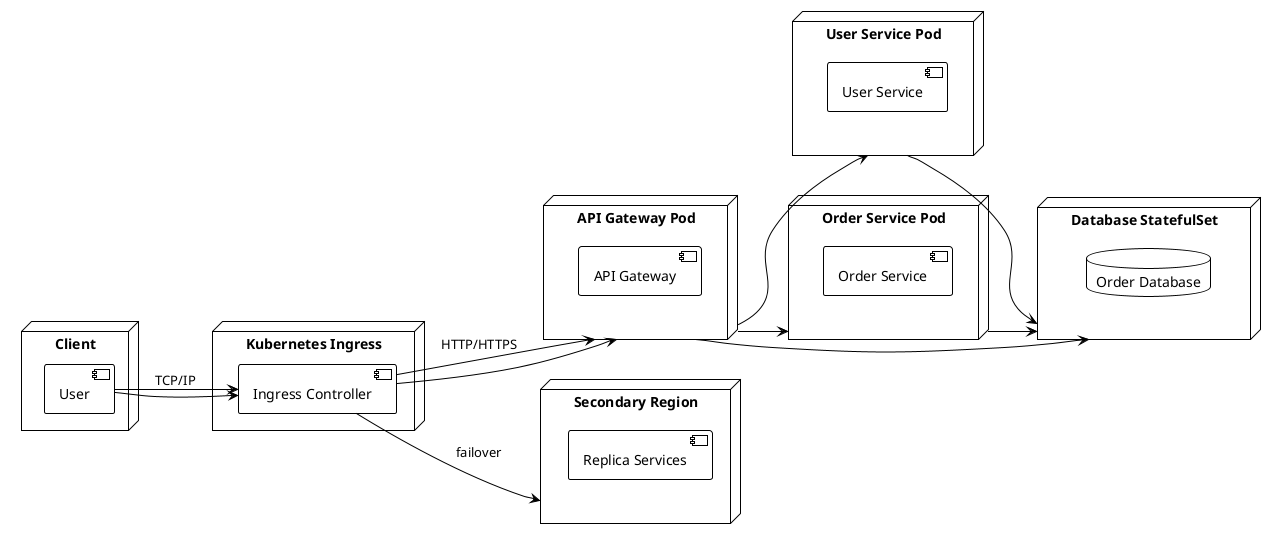
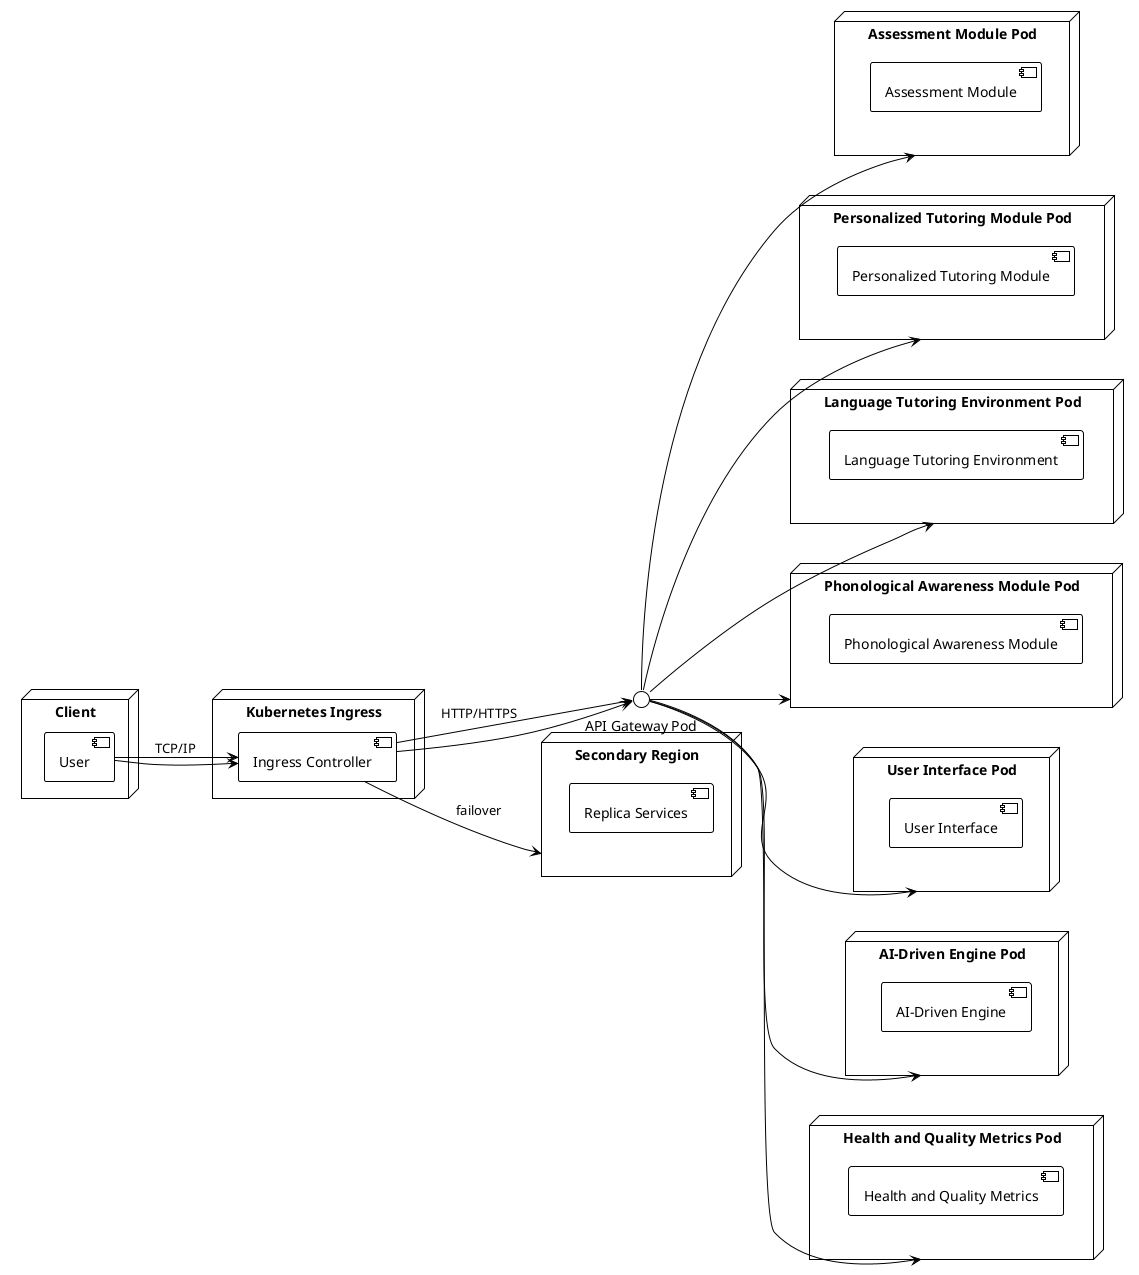
@startuml
!theme plain
left to right direction
node "Client" {
  component "User"
}
node "Kubernetes Ingress" {
  component "Ingress Controller"
}
- node "API Gateway Pod" {
-   component "API Gateway"
+ node "Assessment Module Pod" {
+   component "Assessment Module"
}
- node "User Service Pod" {
-   component "User Service"
+ node "Personalized Tutoring Module Pod" {
+   component "Personalized Tutoring Module"
}
- node "Order Service Pod" {
-   component "Order Service"
+ node "Language Tutoring Environment Pod" {
+   component "Language Tutoring Environment"
}
- node "Database StatefulSet" {
-   database "Order Database"
+ node "Phonological Awareness Module Pod" {
+   component "Phonological Awareness Module"
+ }
+ node "User Interface Pod" {
+   component "User Interface"
+ }
+ node "AI-Driven Engine Pod" {
+   component "AI-Driven Engine"
+ }
+ node "Health and Quality Metrics Pod" {
+   component "Health and Quality Metrics"
}
"User" --> "Ingress Controller" : TCP/IP
"Ingress Controller" --> "API Gateway Pod" : HTTP/HTTPS
"User" --> "Ingress Controller"
"Ingress Controller" --> "API Gateway Pod"
- "API Gateway Pod" --> "User Service Pod"
- "API Gateway Pod" --> "Order Service Pod"
- "API Gateway Pod" --> "Database StatefulSet"
- "User Service Pod" --> "Database StatefulSet"
- "Order Service Pod" --> "Database StatefulSet"
+ "API Gateway Pod" --> "Assessment Module Pod"
+ "API Gateway Pod" --> "Personalized Tutoring Module Pod"
+ "API Gateway Pod" --> "Language Tutoring Environment Pod"
+ "API Gateway Pod" --> "Phonological Awareness Module Pod"
+ "API Gateway Pod" --> "User Interface Pod"
+ "API Gateway Pod" --> "AI-Driven Engine Pod"
+ "API Gateway Pod" --> "Health and Quality Metrics Pod"
node "Secondary Region" {
  component "Replica Services"
}
"Ingress Controller" --> "Secondary Region" : failover
@enduml